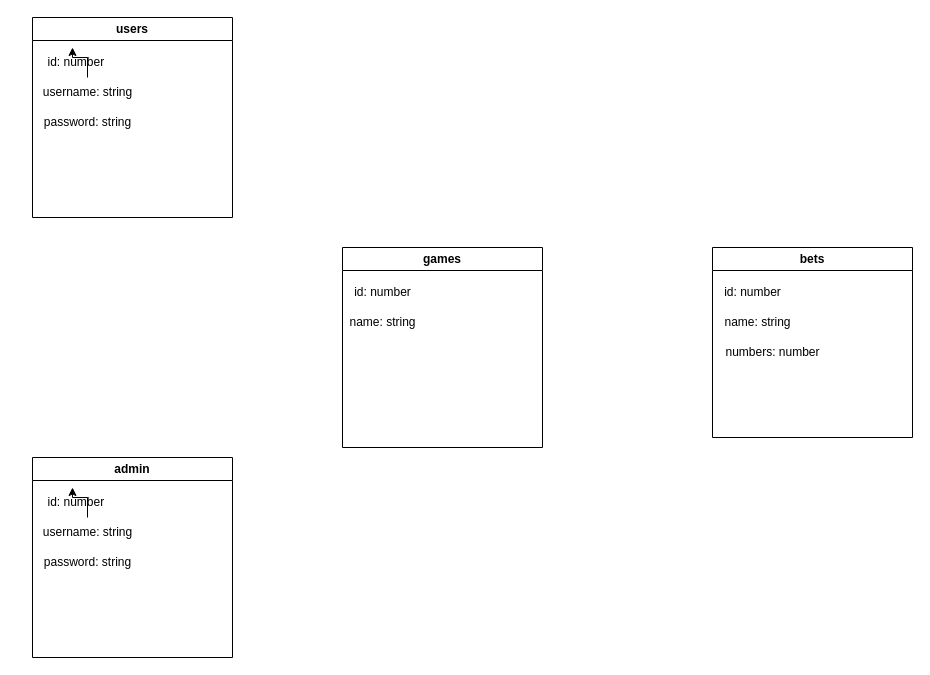
sirguilhermeoliveira/tgl-nest keeps this draw.io diagram as tgl_nest.drawio. Above is the earlier version. Source tidied: cells renumbered, new cells numbered last; positions are measured from the earlier drawing's top-left corner, leaving out a move shared by most shapes. Both pictures are drawn from the tidied source at 100%, with x=0, y=0 at pixel (27, 17).
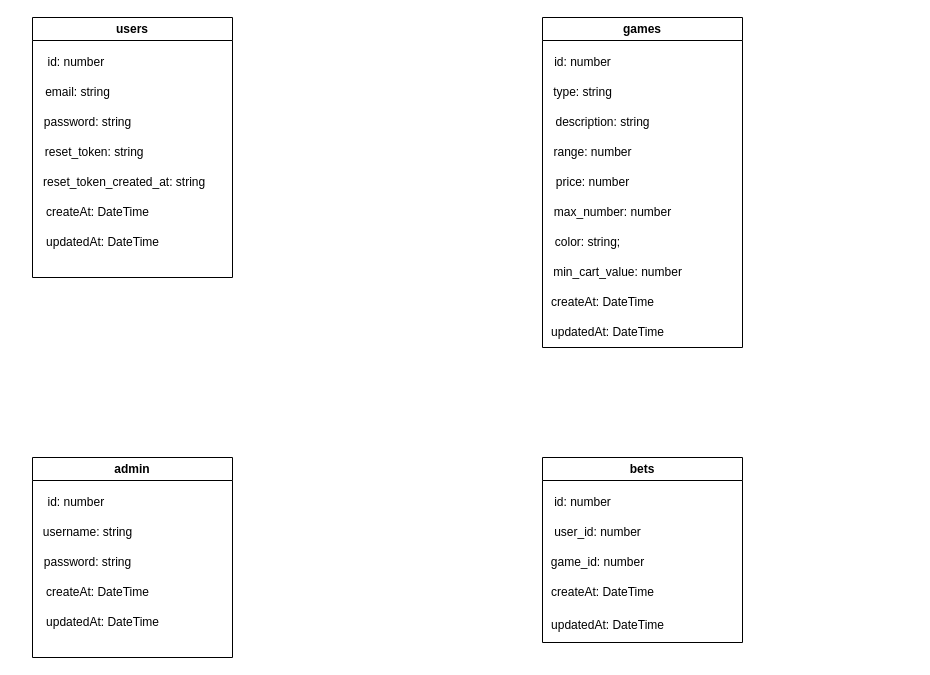
The same page after the edit.

Unchanged cells that the change refers to:
```xml
<mxCell id="3" value="&amp;nbsp; id: number" style="text;html=1;align=center;verticalAlign=middle;points=[];strokeColor=none;fillColor=none;" parent="2" vertex="1">
  <mxGeometry x="-5" y="30" width="90" height="30" as="geometry" />
</mxCell>
<mxCell id="7" value="admin" style="swimlane;whiteSpace=wrap;html=1;startSize=23;" parent="1" vertex="1">
  <mxGeometry x="5" y="440" width="200" height="200" as="geometry" />
</mxCell>
<mxCell id="8" value="&amp;nbsp; id: number" style="text;html=1;align=center;verticalAlign=middle;points=[];strokeColor=none;fillColor=none;" parent="7" vertex="1">
  <mxGeometry x="-5" y="30" width="90" height="30" as="geometry" />
</mxCell>
<mxCell id="11" value="username: string" style="text;html=1;align=center;verticalAlign=middle;points=[];strokeColor=none;fillColor=none;" parent="7" vertex="1">
  <mxGeometry y="60" width="110" height="30" as="geometry" />
</mxCell>
```

Diff of the diagram source:
```diff
@@
     <mxCell id="2" value="users" style="swimlane;whiteSpace=wrap;html=1;" parent="1" vertex="1">
-      <mxGeometry x="5" width="200" height="200" as="geometry" />
+      <mxGeometry x="5" width="200" height="260" as="geometry" />
     </mxCell>
@@
-    <mxCell id="5" style="edgeStyle=orthogonalEdgeStyle;rounded=0;jettySize=auto;html=1;" parent="2" edge="1" source="6" target="3">
-      <mxGeometry relative="1" as="geometry" />
-    </mxCell>
-    <mxCell id="6" value="username: string" style="text;html=1;align=center;verticalAlign=middle;points=[];strokeColor=none;fillColor=none;" parent="2" vertex="1">
-      <mxGeometry y="60" width="110" height="30" as="geometry" />
+    <mxCell id="6" value="email: string" style="text;html=1;align=center;verticalAlign=middle;points=[];strokeColor=none;fillColor=none;" parent="2" vertex="1">
+      <mxGeometry y="60" width="90" height="30" as="geometry" />
     </mxCell>
+    <mxCell id="19" value="&amp;nbsp; &amp;nbsp; reset_token: string" style="text;html=1;align=center;verticalAlign=middle;strokeColor=none;fillColor=none;" parent="2" vertex="1">
+      <mxGeometry x="-15" y="120" width="140" height="30" as="geometry" />
+    </mxCell>
+    <mxCell id="20" value="&amp;nbsp; &amp;nbsp; reset_token_created_at: string" style="text;html=1;align=center;verticalAlign=middle;strokeColor=none;fillColor=none;" parent="2" vertex="1">
+      <mxGeometry x="-15" y="150" width="200" height="30" as="geometry" />
+    </mxCell>
+    <mxCell id="21" value="createAt: DateTime" style="text;html=1;align=center;verticalAlign=middle;strokeColor=none;fillColor=none;" parent="2" vertex="1">
+      <mxGeometry y="180" width="130" height="30" as="geometry" />
+    </mxCell>
+    <mxCell id="22" value="updatedAt: DateTime" style="text;html=1;align=center;verticalAlign=middle;strokeColor=none;fillColor=none;" parent="2" vertex="1">
+      <mxGeometry y="210" width="140" height="30" as="geometry" />
+    </mxCell>
@@
-    <mxCell id="10" style="edgeStyle=orthogonalEdgeStyle;rounded=0;jettySize=auto;html=1;" parent="7" edge="1" source="11" target="8">
-      <mxGeometry relative="1" as="geometry" />
-    </mxCell>
@@
+    <mxCell id="23" value="createAt: DateTime" style="text;html=1;align=center;verticalAlign=middle;strokeColor=none;fillColor=none;" parent="7" vertex="1">
+      <mxGeometry y="120" width="130" height="30" as="geometry" />
+    </mxCell>
+    <mxCell id="24" value="updatedAt: DateTime" style="text;html=1;align=center;verticalAlign=middle;strokeColor=none;fillColor=none;" parent="7" vertex="1">
+      <mxGeometry y="150" width="140" height="30" as="geometry" />
+    </mxCell>
     <mxCell id="12" value="games" style="swimlane;whiteSpace=wrap;html=1;" parent="1" vertex="1">
-      <mxGeometry x="315" y="230" width="200" height="200" as="geometry" />
+      <mxGeometry x="515" width="200" height="330" as="geometry" />
     </mxCell>
@@
-    <mxCell id="14" value="name: string" style="text;html=1;align=center;verticalAlign=middle;strokeColor=none;fillColor=none;" parent="12" vertex="1">
-      <mxGeometry x="-5" y="60" width="90" height="30" as="geometry" />
+    <mxCell id="14" value="type: string" style="text;html=1;align=center;verticalAlign=middle;strokeColor=none;fillColor=none;" parent="12" vertex="1">
+      <mxGeometry y="60" width="80" height="30" as="geometry" />
     </mxCell>
+    <mxCell id="25" value="description: string" style="text;html=1;align=center;verticalAlign=middle;strokeColor=none;fillColor=none;" parent="12" vertex="1">
+      <mxGeometry y="90" width="120" height="30" as="geometry" />
+    </mxCell>
+    <mxCell id="26" value="range: number" style="text;html=1;align=center;verticalAlign=middle;strokeColor=none;fillColor=none;" parent="12" vertex="1">
+      <mxGeometry y="120" width="100" height="30" as="geometry" />
+    </mxCell>
+    <mxCell id="27" value="price: number" style="text;html=1;align=center;verticalAlign=middle;strokeColor=none;fillColor=none;" parent="12" vertex="1">
+      <mxGeometry y="150" width="100" height="30" as="geometry" />
+    </mxCell>
+    <mxCell id="28" value="max_number: number" style="text;html=1;align=center;verticalAlign=middle;strokeColor=none;fillColor=none;" parent="12" vertex="1">
+      <mxGeometry y="180" width="140" height="30" as="geometry" />
+    </mxCell>
+    <mxCell id="29" value="color: string;" style="text;html=1;align=center;verticalAlign=middle;strokeColor=none;fillColor=none;" parent="12" vertex="1">
+      <mxGeometry y="210" width="90" height="30" as="geometry" />
+    </mxCell>
+    <mxCell id="30" value="min_cart_value: number" style="text;html=1;align=center;verticalAlign=middle;strokeColor=none;fillColor=none;" parent="12" vertex="1">
+      <mxGeometry y="240" width="150" height="30" as="geometry" />
+    </mxCell>
+    <mxCell id="31" value="createAt: DateTime" style="text;html=1;align=center;verticalAlign=middle;strokeColor=none;fillColor=none;" parent="12" vertex="1">
+      <mxGeometry x="-5" y="270" width="130" height="30" as="geometry" />
+    </mxCell>
+    <mxCell id="32" value="updatedAt: DateTime" style="text;html=1;align=center;verticalAlign=middle;strokeColor=none;fillColor=none;" parent="12" vertex="1">
+      <mxGeometry x="-5" y="300" width="140" height="30" as="geometry" />
+    </mxCell>
     <mxCell id="15" value="bets" style="swimlane;whiteSpace=wrap;html=1;" parent="1" vertex="1">
-      <mxGeometry x="685" y="230" width="200" height="190" as="geometry" />
+      <mxGeometry x="515" y="440" width="200" height="185" as="geometry" />
     </mxCell>
@@
-    <mxCell id="17" value="name: string" style="text;html=1;align=center;verticalAlign=middle;strokeColor=none;fillColor=none;" parent="15" vertex="1">
-      <mxGeometry y="60" width="90" height="30" as="geometry" />
+    <mxCell id="17" value="user_id: number" style="text;html=1;align=center;verticalAlign=middle;strokeColor=none;fillColor=none;" parent="15" vertex="1">
+      <mxGeometry y="60" width="110" height="30" as="geometry" />
     </mxCell>
-    <mxCell id="18" value="numbers: number" style="text;html=1;align=center;verticalAlign=middle;strokeColor=none;fillColor=none;" parent="15" vertex="1">
-      <mxGeometry y="90" width="120" height="30" as="geometry" />
+    <mxCell id="18" value="game_id: number" style="text;html=1;align=center;verticalAlign=middle;strokeColor=none;fillColor=none;" parent="15" vertex="1">
+      <mxGeometry x="-5" y="90" width="120" height="30" as="geometry" />
     </mxCell>
+    <mxCell id="33" value="createAt: DateTime" style="text;html=1;align=center;verticalAlign=middle;strokeColor=none;fillColor=none;" parent="15" vertex="1">
+      <mxGeometry x="-5" y="120" width="130" height="30" as="geometry" />
+    </mxCell>
+    <mxCell id="34" value="&lt;br&gt;updatedAt: DateTime" style="text;html=1;align=center;verticalAlign=middle;strokeColor=none;fillColor=none;" parent="15" vertex="1">
+      <mxGeometry x="-5" y="140" width="140" height="40" as="geometry" />
+    </mxCell>
```
